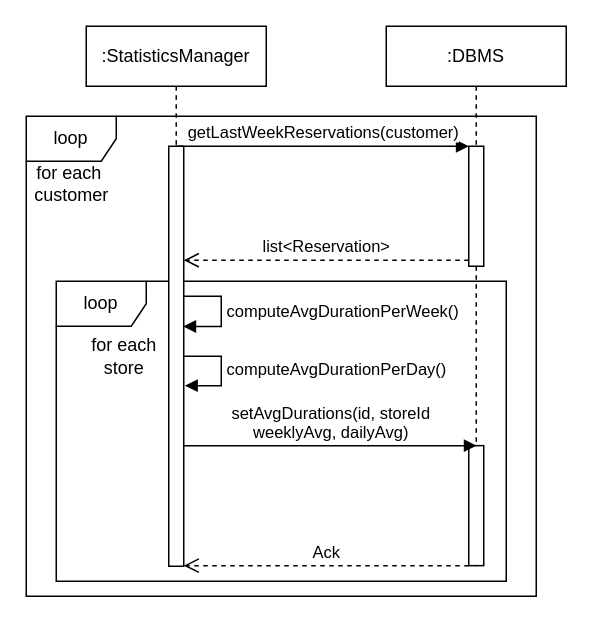
StefanoAzzone/AbelliAzzone keeps this draw.io diagram as DD/Images/RuntimeViewStatistics.drawio. Above is the earlier version. Source tidied: cells renumbered, new cells numbered last; positions are measured from the earlier drawing's top-left corner, leaving out a move shared by most shapes. Both pictures are drawn from the tidied source at 150%, with x=0, y=0 at pixel (26, 26).
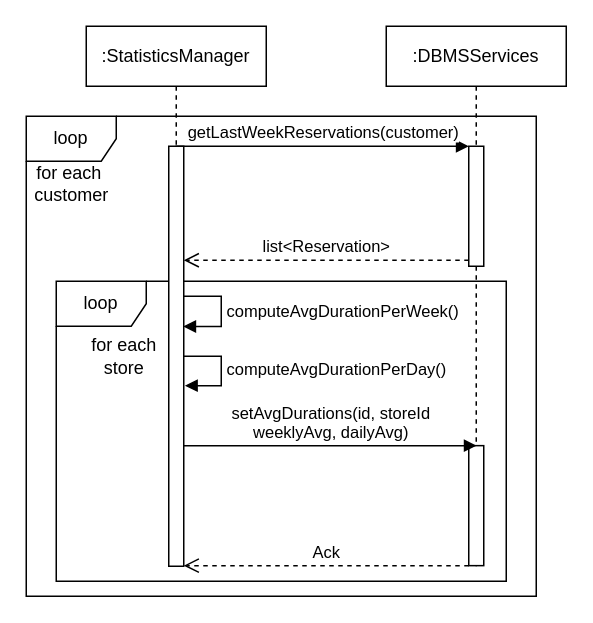
The same page after the edit.

Diff of the diagram source:
```diff
@@
-    <mxCell id="5" value=":DBMS" style="shape=umlLifeline;perimeter=lifelinePerimeter;whiteSpace=wrap;html=1;" parent="1" vertex="1">
+    <mxCell id="5" value=":DBMSServices" style="shape=umlLifeline;perimeter=lifelinePerimeter;whiteSpace=wrap;html=1;" parent="1" vertex="1">
       <mxGeometry x="240" width="120" height="360" as="geometry" />
     </mxCell>
```
